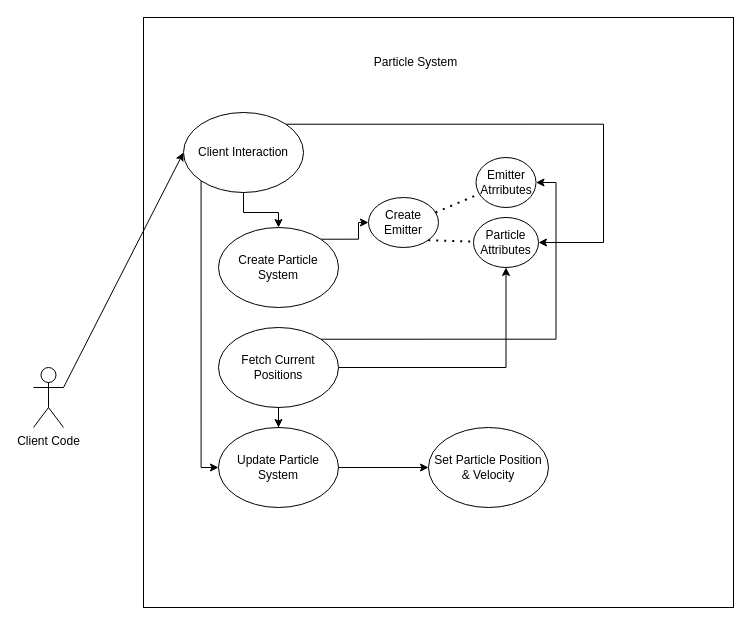
This is Untitled Diagram.drawio from KarlWastesson/KandidatLab, a draw.io file, before an edit. Source tidied: cells renumbered, new cells numbered last; positions are measured from the earlier drawing's top-left corner, leaving out a move shared by most shapes. Both pictures are drawn from the tidied source at 100%, with x=0, y=0 at pixel (33, 17).
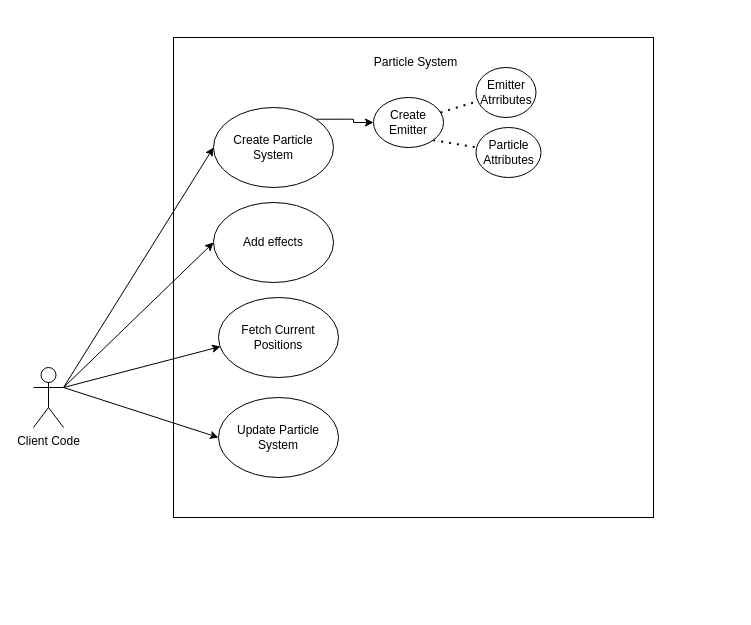
After the change.

Unchanged cells that the change refers to:
```xml
<mxCell id="2" value="Client Code&lt;br&gt;" style="shape=umlActor;verticalLabelPosition=bottom;verticalAlign=top;html=1;outlineConnect=0;" parent="1" vertex="1">
  <mxGeometry y="350" width="30" height="60" as="geometry" />
</mxCell>
```

Change to the diagram source:
```diff
@@
     <mxCell id="3" style="whiteSpace=wrap;html=1;" parent="1" vertex="1">
-      <mxGeometry x="110" width="590" height="590" as="geometry" />
+      <mxGeometry x="140" y="20" width="480" height="480" as="geometry" />
     </mxCell>
@@
     <mxCell id="6" value="Create Particle System" style="ellipse;whiteSpace=wrap;html=1;" parent="1" vertex="1">
-      <mxGeometry x="185" y="210" width="120" height="80" as="geometry" />
+      <mxGeometry x="180" y="90" width="120" height="80" as="geometry" />
     </mxCell>
-    <mxCell id="7" style="edgeStyle=orthogonalEdgeStyle;rounded=0;jettySize=auto;html=1;exitX=1;exitY=0.5;exitDx=0;exitDy=0;entryX=0;entryY=0.5;entryDx=0;entryDy=0;" parent="1" edge="1" source="8" target="18">
-      <mxGeometry relative="1" as="geometry" />
-    </mxCell>
     <mxCell id="8" value="Update Particle System" style="ellipse;whiteSpace=wrap;html=1;" parent="1" vertex="1">
-      <mxGeometry x="185" y="410" width="120" height="80" as="geometry" />
+      <mxGeometry x="185" y="380" width="120" height="80" as="geometry" />
     </mxCell>
-    <mxCell id="9" style="edgeStyle=orthogonalEdgeStyle;rounded=0;jettySize=auto;html=1;exitX=1;exitY=0.5;exitDx=0;exitDy=0;entryX=0.5;entryY=1;entryDx=0;entryDy=0;" parent="1" edge="1" source="12" target="15">
-      <mxGeometry relative="1" as="geometry" />
-    </mxCell>
-    <mxCell id="10" style="edgeStyle=orthogonalEdgeStyle;rounded=0;jettySize=auto;html=1;exitX=1;exitY=0;exitDx=0;exitDy=0;entryX=1;entryY=0.5;entryDx=0;entryDy=0;" parent="1" edge="1" source="12" target="14">
-      <mxGeometry relative="1" as="geometry" />
-    </mxCell>
-    <mxCell id="11" style="edgeStyle=orthogonalEdgeStyle;rounded=0;jettySize=auto;html=1;exitX=0.5;exitY=1;exitDx=0;exitDy=0;" parent="1" edge="1" source="12" target="8">
-      <mxGeometry relative="1" as="geometry" />
-    </mxCell>
     <mxCell id="12" value="Fetch Current Positions" style="ellipse;whiteSpace=wrap;html=1;" parent="1" vertex="1">
-      <mxGeometry x="185" y="310" width="120" height="80" as="geometry" />
+      <mxGeometry x="185" y="280" width="120" height="80" as="geometry" />
     </mxCell>
     <mxCell id="13" value="Create Emitter" style="ellipse;whiteSpace=wrap;html=1;" parent="1" vertex="1">
-      <mxGeometry x="335" y="180" width="70" height="50" as="geometry" />
+      <mxGeometry x="340" y="80" width="70" height="50" as="geometry" />
     </mxCell>
     <mxCell id="14" value="Emitter Atrributes" style="ellipse;whiteSpace=wrap;html=1;" parent="1" vertex="1">
-      <mxGeometry x="442.5" y="140" width="60" height="50" as="geometry" />
+      <mxGeometry x="442.5" y="50" width="60" height="50" as="geometry" />
     </mxCell>
     <mxCell id="15" value="Particle Attributes" style="ellipse;whiteSpace=wrap;html=1;" parent="1" vertex="1">
-      <mxGeometry x="440" y="200" width="65" height="50" as="geometry" />
+      <mxGeometry x="442.5" y="110" width="65" height="50" as="geometry" />
     </mxCell>
@@
-    <mxCell id="18" value="Set Particle Position &amp;amp; Velocity" style="ellipse;whiteSpace=wrap;html=1;" parent="1" vertex="1">
-      <mxGeometry x="395" y="410" width="120" height="80" as="geometry" />
-    </mxCell>
-    <mxCell id="19" style="edgeStyle=orthogonalEdgeStyle;rounded=0;jettySize=auto;html=1;exitX=0.5;exitY=1;exitDx=0;exitDy=0;entryX=0.5;entryY=0;entryDx=0;entryDy=0;" parent="1" edge="1" source="22" target="6">
-      <mxGeometry relative="1" as="geometry" />
-    </mxCell>
-    <mxCell id="20" style="edgeStyle=orthogonalEdgeStyle;rounded=0;jettySize=auto;html=1;exitX=0;exitY=1;exitDx=0;exitDy=0;entryX=0;entryY=0.5;entryDx=0;entryDy=0;" parent="1" edge="1" source="22" target="8">
-      <mxGeometry relative="1" as="geometry">
-        <Array as="points">
-          <mxPoint x="168" y="450" />
-        </Array>
-      </mxGeometry>
-    </mxCell>
-    <mxCell id="21" style="edgeStyle=orthogonalEdgeStyle;rounded=0;jettySize=auto;html=1;exitX=1;exitY=0;exitDx=0;exitDy=0;entryX=1;entryY=0.5;entryDx=0;entryDy=0;" parent="1" edge="1" source="22" target="15">
-      <mxGeometry relative="1" as="geometry">
-        <Array as="points">
-          <mxPoint x="570" y="107" />
-          <mxPoint x="570" y="225" />
-        </Array>
-      </mxGeometry>
-    </mxCell>
-    <mxCell id="22" value="Client Interaction" style="ellipse;whiteSpace=wrap;html=1;" parent="1" vertex="1">
-      <mxGeometry x="150" y="95" width="120" height="80" as="geometry" />
-    </mxCell>
-    <mxCell id="23" style="endArrow=classic;html=1;rounded=0;exitX=1;exitY=0.3333333333333333;exitDx=0;exitDy=0;exitPerimeter=0;entryX=0;entryY=0.5;entryDx=0;entryDy=0;" parent="1" edge="1" source="2" target="22">
-      <mxGeometry relative="1" as="geometry" />
-    </mxCell>
+    <mxCell id="24" style="endArrow=classic;html=1;rounded=0;exitX=1;exitY=0.3333333333333333;exitDx=0;exitDy=0;exitPerimeter=0;entryX=0;entryY=0.5;entryDx=0;entryDy=0;" parent="1" edge="1" source="2" target="6">
+      <mxGeometry relative="1" as="geometry" />
+    </mxCell>
+    <mxCell id="25" style="endArrow=classic;html=1;rounded=0;entryX=0.017;entryY=0.613;entryDx=0;entryDy=0;entryPerimeter=0;" parent="1" edge="1" target="12">
+      <mxGeometry relative="1" as="geometry">
+        <mxPoint x="30" y="370" as="sourcePoint" />
+      </mxGeometry>
+    </mxCell>
+    <mxCell id="26" style="endArrow=classic;html=1;rounded=0;entryX=0;entryY=0.5;entryDx=0;entryDy=0;" parent="1" edge="1" target="8">
+      <mxGeometry relative="1" as="geometry">
+        <mxPoint x="30" y="370" as="sourcePoint" />
+      </mxGeometry>
+    </mxCell>
+    <mxCell id="27" value="Add effects" style="ellipse;whiteSpace=wrap;html=1;" parent="1" vertex="1">
+      <mxGeometry x="180" y="185" width="120" height="80" as="geometry" />
+    </mxCell>
+    <mxCell id="28" style="endArrow=classic;html=1;rounded=0;entryX=0;entryY=0.5;entryDx=0;entryDy=0;" parent="1" edge="1" target="27">
+      <mxGeometry relative="1" as="geometry">
+        <mxPoint x="30" y="370" as="sourcePoint" />
+      </mxGeometry>
+    </mxCell>
```
